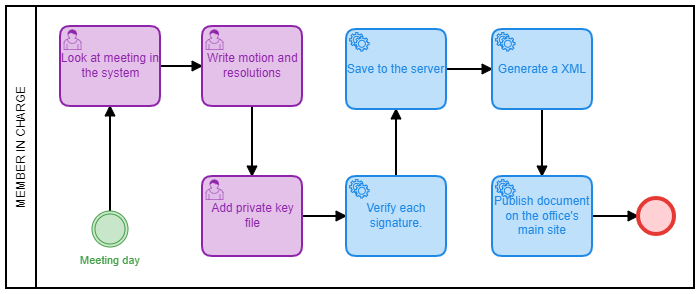
Before: Documentation/BPMN/Images/Bill.png, a diagram exported from BPMN (abiisnn/Digital-Office). Its source is kept beside it as Documentation/BPMN/bill.bpmn. Ids are renumbered. Source of this version:
```xml
<bpmn:definitions xmlns:bpmn="http://www.omg.org/spec/BPMN/20100524/MODEL" xmlns:bpmndi="http://www.omg.org/spec/BPMN/20100524/DI" xmlns:di="http://www.omg.org/spec/DD/20100524/DI" xmlns:dc="http://www.omg.org/spec/DD/20100524/DC" xmlns:bioc="http://bpmn.io/schema/bpmn/biocolor/1.0" id="Definitions_n1" targetNamespace="http://bpmn.io/schema/bpmn" exporter="Camunda Modeler" exporterVersion="2.0.3">
  <bpmn:collaboration id="Collaboration_n2">
    <bpmn:participant id="Participant_n3" name="MEMBER IN CHARGE" processRef="Process_n4" />
  </bpmn:collaboration>
  <bpmn:process id="Process_n4" isExecutable="false">
    <bpmn:sequenceFlow id="SequenceFlow_n5" sourceRef="IntermediateThrowEvent_n6" targetRef="Task_n7" />
    <bpmn:intermediateThrowEvent id="IntermediateThrowEvent_n6" name="Meeting day">
      <bpmn:outgoing>SequenceFlow_n5</bpmn:outgoing>
    </bpmn:intermediateThrowEvent>
    <bpmn:sequenceFlow id="SequenceFlow_n8" sourceRef="Task_n7" targetRef="Task_n9" />
    <bpmn:userTask id="Task_n7" name="Look at meeting in the system">
      <bpmn:incoming>SequenceFlow_n5</bpmn:incoming>
      <bpmn:outgoing>SequenceFlow_n8</bpmn:outgoing>
    </bpmn:userTask>
    <bpmn:userTask id="Task_n9" name="Write motion and resolutions ">
      <bpmn:incoming>SequenceFlow_n8</bpmn:incoming>
      <bpmn:outgoing>SequenceFlow_n10</bpmn:outgoing>
    </bpmn:userTask>
    <bpmn:sequenceFlow id="SequenceFlow_n10" sourceRef="Task_n9" targetRef="Task_n11" />
    <bpmn:userTask id="Task_n11" name="Add private key file">
      <bpmn:incoming>SequenceFlow_n10</bpmn:incoming>
      <bpmn:outgoing>SequenceFlow_n12</bpmn:outgoing>
    </bpmn:userTask>
    <bpmn:sequenceFlow id="SequenceFlow_n12" sourceRef="Task_n11" targetRef="Task_n13" />
    <bpmn:sequenceFlow id="SequenceFlow_n14" sourceRef="Task_n13" targetRef="Task_n15" />
    <bpmn:serviceTask id="Task_n13" name="Verify each signature.">
      <bpmn:incoming>SequenceFlow_n12</bpmn:incoming>
      <bpmn:outgoing>SequenceFlow_n14</bpmn:outgoing>
    </bpmn:serviceTask>
    <bpmn:serviceTask id="Task_n15" name="Save to the server">
      <bpmn:incoming>SequenceFlow_n14</bpmn:incoming>
      <bpmn:outgoing>SequenceFlow_n16</bpmn:outgoing>
    </bpmn:serviceTask>
    <bpmn:sequenceFlow id="SequenceFlow_n16" sourceRef="Task_n15" targetRef="Task_n17" />
    <bpmn:serviceTask id="Task_n17" name="Generate a XML">
      <bpmn:incoming>SequenceFlow_n16</bpmn:incoming>
      <bpmn:outgoing>SequenceFlow_n18</bpmn:outgoing>
    </bpmn:serviceTask>
    <bpmn:sequenceFlow id="SequenceFlow_n18" sourceRef="Task_n17" targetRef="Task_n19" />
    <bpmn:serviceTask id="Task_n19" name="Publish document on the office&#39;s main site">
      <bpmn:incoming>SequenceFlow_n18</bpmn:incoming>
      <bpmn:outgoing>SequenceFlow_n20</bpmn:outgoing>
    </bpmn:serviceTask>
    <bpmn:sequenceFlow id="SequenceFlow_n20" sourceRef="Task_n19" targetRef="EndEvent_n21" />
    <bpmn:endEvent id="EndEvent_n21">
      <bpmn:incoming>SequenceFlow_n20</bpmn:incoming>
    </bpmn:endEvent>
  </bpmn:process>
  <bpmndi:BPMNDiagram id="BPMNDiagram_1">
    <bpmndi:BPMNPlane id="BPMNPlane_1" bpmnElement="Collaboration_n2">
      <bpmndi:BPMNShape id="Participant_n3_di" bpmnElement="Participant_n3">
        <dc:Bounds x="120" y="854" width="688" height="282" />
      </bpmndi:BPMNShape>
      <bpmndi:BPMNShape id="IntermediateThrowEvent_n6_di" bpmnElement="IntermediateThrowEvent_n6" bioc:stroke="#43A047" bioc:fill="#C8E6C9">
        <dc:Bounds x="206" y="1059" width="36" height="36" />
        <bpmndi:BPMNLabel>
          <dc:Bounds x="194" y="1102" width="61" height="14" />
        </bpmndi:BPMNLabel>
      </bpmndi:BPMNShape>
      <bpmndi:BPMNShape id="UserTask_03mkryo_di" bpmnElement="Task_n7" bioc:stroke="#8E24AA" bioc:fill="#E1BEE7">
        <dc:Bounds x="174" y="874" width="100" height="80" />
      </bpmndi:BPMNShape>
      <bpmndi:BPMNShape id="UserTask_159x9qg_di" bpmnElement="Task_n9" bioc:stroke="#8E24AA" bioc:fill="#E1BEE7">
        <dc:Bounds x="316" y="874" width="100" height="80" />
      </bpmndi:BPMNShape>
      <bpmndi:BPMNShape id="ServiceTask_1vnrfz6_di" bpmnElement="Task_n15" bioc:stroke="#1E88E5" bioc:fill="#BBDEFB">
        <dc:Bounds x="460" y="877" width="100" height="80" />
      </bpmndi:BPMNShape>
      <bpmndi:BPMNShape id="ServiceTask_136jue9_di" bpmnElement="Task_n19" bioc:stroke="#1E88E5" bioc:fill="#BBDEFB">
        <dc:Bounds x="606" y="1024" width="100" height="80" />
      </bpmndi:BPMNShape>
      <bpmndi:BPMNShape id="ServiceTask_06s6r46_di" bpmnElement="Task_n17" bioc:stroke="#1E88E5" bioc:fill="#BBDEFB">
        <dc:Bounds x="606" y="877" width="100" height="80" />
      </bpmndi:BPMNShape>
      <bpmndi:BPMNShape id="EndEvent_n21_di" bpmnElement="EndEvent_n21" bioc:stroke="#E53935" bioc:fill="#FFCDD2">
        <dc:Bounds x="752" y="1046" width="36" height="36" />
      </bpmndi:BPMNShape>
      <bpmndi:BPMNEdge id="SequenceFlow_n5_di" bpmnElement="SequenceFlow_n5">
        <di:waypoint x="224" y="1059" />
        <di:waypoint x="224" y="954" />
      </bpmndi:BPMNEdge>
      <bpmndi:BPMNEdge id="SequenceFlow_n8_di" bpmnElement="SequenceFlow_n8">
        <di:waypoint x="274" y="914" />
        <di:waypoint x="316" y="914" />
      </bpmndi:BPMNEdge>
      <bpmndi:BPMNEdge id="SequenceFlow_n10_di" bpmnElement="SequenceFlow_n10">
        <di:waypoint x="366" y="954" />
        <di:waypoint x="366" y="1024" />
      </bpmndi:BPMNEdge>
      <bpmndi:BPMNShape id="UserTask_0ptnvpu_di" bpmnElement="Task_n11" bioc:stroke="#8E24AA" bioc:fill="#E1BEE7">
        <dc:Bounds x="316" y="1024" width="100" height="80" />
      </bpmndi:BPMNShape>
      <bpmndi:BPMNEdge id="SequenceFlow_n12_di" bpmnElement="SequenceFlow_n12">
        <di:waypoint x="416" y="1064" />
        <di:waypoint x="460" y="1064" />
      </bpmndi:BPMNEdge>
      <bpmndi:BPMNShape id="ServiceTask_0wmicb1_di" bpmnElement="Task_n13" bioc:stroke="#1E88E5" bioc:fill="#BBDEFB">
        <dc:Bounds x="460" y="1024" width="100" height="80" />
      </bpmndi:BPMNShape>
      <bpmndi:BPMNEdge id="SequenceFlow_n14_di" bpmnElement="SequenceFlow_n14">
        <di:waypoint x="510" y="1024" />
        <di:waypoint x="510" y="957" />
      </bpmndi:BPMNEdge>
      <bpmndi:BPMNEdge id="SequenceFlow_n16_di" bpmnElement="SequenceFlow_n16">
        <di:waypoint x="560" y="917" />
        <di:waypoint x="606" y="917" />
      </bpmndi:BPMNEdge>
      <bpmndi:BPMNEdge id="SequenceFlow_n18_di" bpmnElement="SequenceFlow_n18">
        <di:waypoint x="656" y="957" />
        <di:waypoint x="656" y="1024" />
      </bpmndi:BPMNEdge>
      <bpmndi:BPMNEdge id="SequenceFlow_n20_di" bpmnElement="SequenceFlow_n20">
        <di:waypoint x="706" y="1064" />
        <di:waypoint x="752" y="1064" />
      </bpmndi:BPMNEdge>
    </bpmndi:BPMNPlane>
  </bpmndi:BPMNDiagram>
</bpmn:definitions>
```
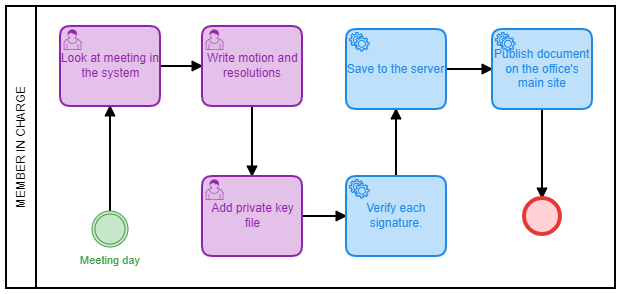
After the commit.

Change to the diagram source:
```diff
@@ -31,17 +31,12 @@
       <bpmn:incoming>SequenceFlow_n14</bpmn:incoming>
       <bpmn:outgoing>SequenceFlow_n16</bpmn:outgoing>
     </bpmn:serviceTask>
-    <bpmn:sequenceFlow id="SequenceFlow_n16" sourceRef="Task_n15" targetRef="Task_n17" />
-    <bpmn:serviceTask id="Task_n17" name="Generate a XML">
+    <bpmn:sequenceFlow id="SequenceFlow_n16" sourceRef="Task_n15" targetRef="Task_n19" />
+    <bpmn:sequenceFlow id="SequenceFlow_n20" sourceRef="Task_n19" targetRef="EndEvent_n21" />
+    <bpmn:serviceTask id="Task_n19" name="Publish document on the office&#39;s main site">
       <bpmn:incoming>SequenceFlow_n16</bpmn:incoming>
-      <bpmn:outgoing>SequenceFlow_n18</bpmn:outgoing>
-    </bpmn:serviceTask>
-    <bpmn:sequenceFlow id="SequenceFlow_n18" sourceRef="Task_n17" targetRef="Task_n19" />
-    <bpmn:serviceTask id="Task_n19" name="Publish document on the office&#39;s main site">
-      <bpmn:incoming>SequenceFlow_n18</bpmn:incoming>
       <bpmn:outgoing>SequenceFlow_n20</bpmn:outgoing>
     </bpmn:serviceTask>
-    <bpmn:sequenceFlow id="SequenceFlow_n20" sourceRef="Task_n19" targetRef="EndEvent_n21" />
     <bpmn:endEvent id="EndEvent_n21">
       <bpmn:incoming>SequenceFlow_n20</bpmn:incoming>
     </bpmn:endEvent>
@@ -49,7 +44,7 @@
   <bpmndi:BPMNDiagram id="BPMNDiagram_1">
     <bpmndi:BPMNPlane id="BPMNPlane_1" bpmnElement="Collaboration_n2">
       <bpmndi:BPMNShape id="Participant_n3_di" bpmnElement="Participant_n3">
-        <dc:Bounds x="120" y="854" width="688" height="282" />
+        <dc:Bounds x="120" y="854" width="609" height="282" />
       </bpmndi:BPMNShape>
       <bpmndi:BPMNShape id="IntermediateThrowEvent_n6_di" bpmnElement="IntermediateThrowEvent_n6" bioc:stroke="#43A047" bioc:fill="#C8E6C9">
         <dc:Bounds x="206" y="1059" width="36" height="36" />
@@ -67,13 +62,10 @@
         <dc:Bounds x="460" y="877" width="100" height="80" />
       </bpmndi:BPMNShape>
       <bpmndi:BPMNShape id="ServiceTask_136jue9_di" bpmnElement="Task_n19" bioc:stroke="#1E88E5" bioc:fill="#BBDEFB">
-        <dc:Bounds x="606" y="1024" width="100" height="80" />
-      </bpmndi:BPMNShape>
-      <bpmndi:BPMNShape id="ServiceTask_06s6r46_di" bpmnElement="Task_n17" bioc:stroke="#1E88E5" bioc:fill="#BBDEFB">
         <dc:Bounds x="606" y="877" width="100" height="80" />
       </bpmndi:BPMNShape>
       <bpmndi:BPMNShape id="EndEvent_n21_di" bpmnElement="EndEvent_n21" bioc:stroke="#E53935" bioc:fill="#FFCDD2">
-        <dc:Bounds x="752" y="1046" width="36" height="36" />
+        <dc:Bounds x="638" y="1046" width="36" height="36" />
       </bpmndi:BPMNShape>
       <bpmndi:BPMNEdge id="SequenceFlow_n5_di" bpmnElement="SequenceFlow_n5">
         <di:waypoint x="224" y="1059" />
@@ -105,13 +97,9 @@
         <di:waypoint x="560" y="917" />
         <di:waypoint x="606" y="917" />
       </bpmndi:BPMNEdge>
-      <bpmndi:BPMNEdge id="SequenceFlow_n18_di" bpmnElement="SequenceFlow_n18">
+      <bpmndi:BPMNEdge id="SequenceFlow_n20_di" bpmnElement="SequenceFlow_n20">
         <di:waypoint x="656" y="957" />
-        <di:waypoint x="656" y="1024" />
-      </bpmndi:BPMNEdge>
-      <bpmndi:BPMNEdge id="SequenceFlow_n20_di" bpmnElement="SequenceFlow_n20">
-        <di:waypoint x="706" y="1064" />
-        <di:waypoint x="752" y="1064" />
+        <di:waypoint x="656" y="1046" />
       </bpmndi:BPMNEdge>
     </bpmndi:BPMNPlane>
   </bpmndi:BPMNDiagram>
```
